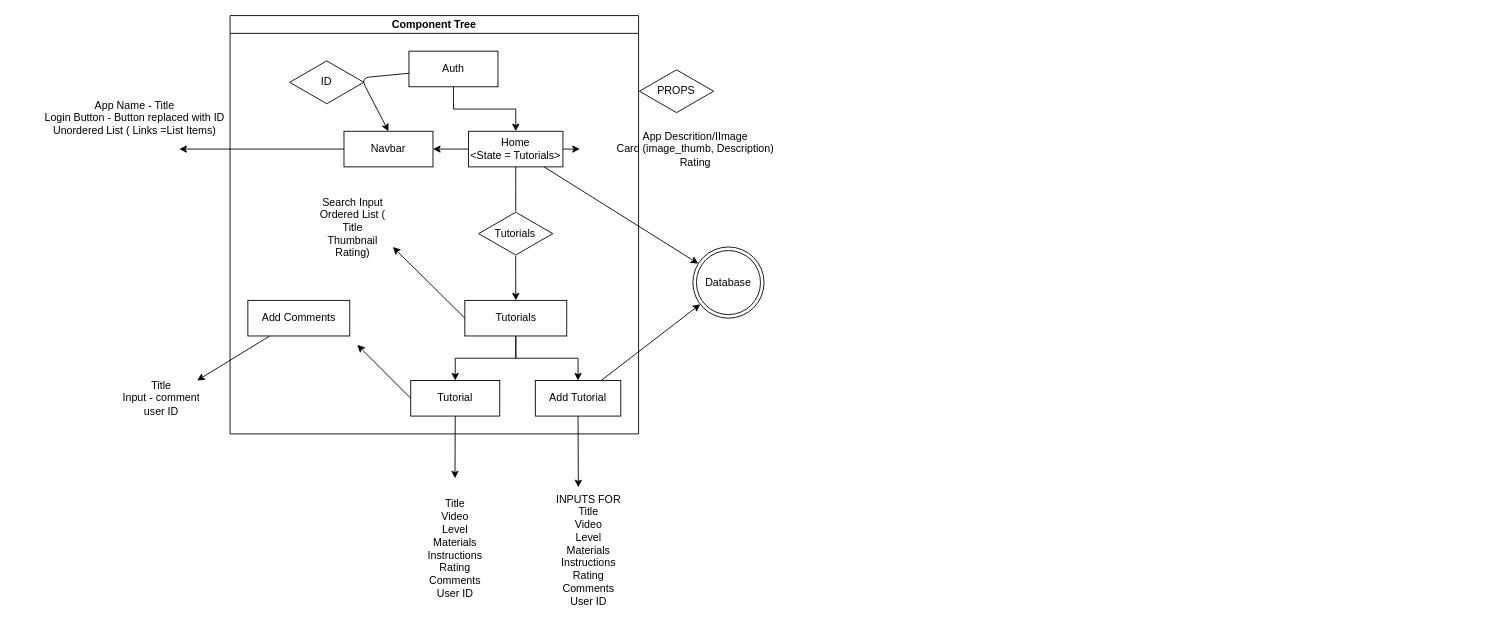
Before: component_tree.drawio in afam-io/final-project-front-end-boolean-pirates, a draw.io diagram. Source tidied: cells renumbered, new cells numbered last; positions are measured from the earlier drawing's top-left corner, leaving out a move shared by most shapes. Both pictures are drawn from the tidied source at 89%, with x=0, y=0 at pixel (19, 15).
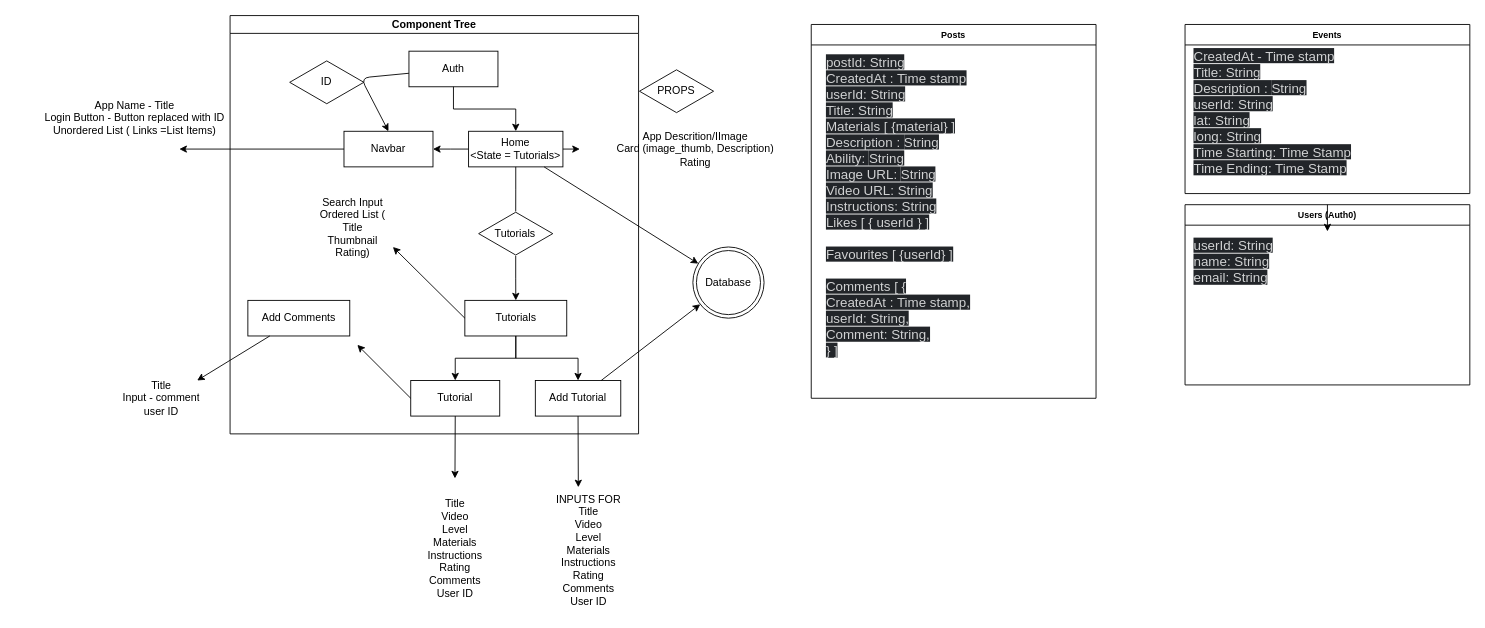
The same diagram, later.

Commit message (it also covers changes not shown here):
feat:added dataflow to componenttree

What changed in the source:
```diff
@@
+    <mxCell id="36" value="Posts" style="swimlane;fontSize=10;" parent="1" vertex="1">
+      <mxGeometry x="890" y="10" width="320" height="420" as="geometry" />
+    </mxCell>
+    <mxCell id="37" value="&lt;br style=&quot;box-sizing: inherit ; color: rgb(209 , 210 , 211) ; font-size: 15px ; font-style: normal ; font-weight: 400 ; letter-spacing: normal ; text-align: left ; text-indent: 0px ; text-transform: none ; word-spacing: 0px ; background-color: rgb(34 , 37 , 41)&quot;&gt;&lt;span style=&quot;color: rgb(209 , 210 , 211) ; font-size: 15px ; font-style: normal ; font-weight: 400 ; letter-spacing: normal ; text-align: left ; text-indent: 0px ; text-transform: none ; word-spacing: 0px ; background-color: rgb(34 , 37 , 41) ; display: inline ; float: none&quot;&gt;postId: String&lt;br&gt;CreatedAt : Time stamp&lt;br style=&quot;box-sizing: inherit&quot;&gt;userId: String&lt;br&gt;Title: String&lt;/span&gt;&lt;br style=&quot;box-sizing: inherit ; color: rgb(209 , 210 , 211) ; font-size: 15px ; font-style: normal ; font-weight: 400 ; letter-spacing: normal ; text-align: left ; text-indent: 0px ; text-transform: none ; word-spacing: 0px ; background-color: rgb(34 , 37 , 41)&quot;&gt;&lt;span style=&quot;color: rgb(209 , 210 , 211) ; font-size: 15px ; font-style: normal ; font-weight: 400 ; letter-spacing: normal ; text-align: left ; text-indent: 0px ; text-transform: none ; word-spacing: 0px ; background-color: rgb(34 , 37 , 41) ; display: inline ; float: none&quot;&gt;Materials [ {material} ]&lt;/span&gt;&lt;br style=&quot;box-sizing: inherit ; color: rgb(209 , 210 , 211) ; font-size: 15px ; font-style: normal ; font-weight: 400 ; letter-spacing: normal ; text-align: left ; text-indent: 0px ; text-transform: none ; word-spacing: 0px ; background-color: rgb(34 , 37 , 41)&quot;&gt;&lt;span style=&quot;color: rgb(209 , 210 , 211) ; font-size: 15px ; font-style: normal ; font-weight: 400 ; letter-spacing: normal ; text-align: left ; text-indent: 0px ; text-transform: none ; word-spacing: 0px ; background-color: rgb(34 , 37 , 41) ; display: inline ; float: none&quot;&gt;Description :&amp;nbsp;&lt;/span&gt;&lt;span style=&quot;color: rgb(209 , 210 , 211) ; font-size: 15px ; background-color: rgb(34 , 37 , 41)&quot;&gt;String&lt;/span&gt;&lt;br style=&quot;box-sizing: inherit ; color: rgb(209 , 210 , 211) ; font-size: 15px ; font-style: normal ; font-weight: 400 ; letter-spacing: normal ; text-align: left ; text-indent: 0px ; text-transform: none ; word-spacing: 0px ; background-color: rgb(34 , 37 , 41)&quot;&gt;&lt;span style=&quot;color: rgb(209 , 210 , 211) ; font-size: 15px ; font-style: normal ; font-weight: 400 ; letter-spacing: normal ; text-align: left ; text-indent: 0px ; text-transform: none ; word-spacing: 0px ; background-color: rgb(34 , 37 , 41) ; display: inline ; float: none&quot;&gt;Ability:&amp;nbsp;&lt;/span&gt;&lt;span style=&quot;color: rgb(209 , 210 , 211) ; font-size: 15px ; background-color: rgb(34 , 37 , 41)&quot;&gt;String&lt;/span&gt;&lt;br style=&quot;box-sizing: inherit ; color: rgb(209 , 210 , 211) ; font-size: 15px ; font-style: normal ; font-weight: 400 ; letter-spacing: normal ; text-align: left ; text-indent: 0px ; text-transform: none ; word-spacing: 0px ; background-color: rgb(34 , 37 , 41)&quot;&gt;&lt;span style=&quot;color: rgb(209 , 210 , 211) ; font-size: 15px ; font-style: normal ; font-weight: 400 ; letter-spacing: normal ; text-align: left ; text-indent: 0px ; text-transform: none ; word-spacing: 0px ; background-color: rgb(34 , 37 , 41) ; display: inline ; float: none&quot;&gt;Image URL:&amp;nbsp;&lt;/span&gt;&lt;span style=&quot;color: rgb(209 , 210 , 211) ; font-size: 15px ; background-color: rgb(34 , 37 , 41)&quot;&gt;String&lt;/span&gt;&lt;br style=&quot;box-sizing: inherit ; color: rgb(209 , 210 , 211) ; font-size: 15px ; font-style: normal ; font-weight: 400 ; letter-spacing: normal ; text-align: left ; text-indent: 0px ; text-transform: none ; word-spacing: 0px ; background-color: rgb(34 , 37 , 41)&quot;&gt;&lt;span style=&quot;color: rgb(209 , 210 , 211) ; font-size: 15px ; font-style: normal ; font-weight: 400 ; letter-spacing: normal ; text-align: left ; text-indent: 0px ; text-transform: none ; word-spacing: 0px ; background-color: rgb(34 , 37 , 41) ; display: inline ; float: none&quot;&gt;Video URL:&amp;nbsp;&lt;/span&gt;&lt;span style=&quot;color: rgb(209 , 210 , 211) ; font-size: 15px ; background-color: rgb(34 , 37 , 41)&quot;&gt;String&lt;/span&gt;&lt;br style=&quot;box-sizing: inherit ; color: rgb(209 , 210 , 211) ; font-size: 15px ; font-style: normal ; font-weight: 400 ; letter-spacing: normal ; text-align: left ; text-indent: 0px ; text-transform: none ; word-spacing: 0px ; background-color: rgb(34 , 37 , 41)&quot;&gt;&lt;span style=&quot;color: rgb(209 , 210 , 211) ; font-size: 15px ; font-style: normal ; font-weight: 400 ; letter-spacing: normal ; text-align: left ; text-indent: 0px ; text-transform: none ; word-spacing: 0px ; background-color: rgb(34 , 37 , 41) ; display: inline ; float: none&quot;&gt;Instructions: String&lt;br&gt;&lt;/span&gt;&lt;span style=&quot;color: rgb(209 , 210 , 211) ; font-size: 15px ; font-style: normal ; font-weight: 400 ; letter-spacing: normal ; text-align: left ; text-indent: 0px ; text-transform: none ; word-spacing: 0px ; background-color: rgb(34 , 37 , 41) ; display: inline ; float: none&quot;&gt;Likes [ { userId } ]&lt;br&gt;&lt;br&gt;Favourites [ {userId} ]&lt;br&gt;&lt;br&gt;Comments [ {&lt;br&gt;&lt;/span&gt;&lt;span style=&quot;color: rgb(209 , 210 , 211) ; font-size: 15px ; font-style: normal ; font-weight: 400 ; letter-spacing: normal ; text-align: left ; text-indent: 0px ; text-transform: none ; word-spacing: 0px ; background-color: rgb(34 , 37 , 41) ; display: inline ; float: none&quot;&gt;CreatedAt : Time stamp,&lt;br style=&quot;box-sizing: inherit&quot;&gt;userId: String,&lt;br&gt;&lt;/span&gt;&lt;span style=&quot;color: rgb(209 , 210 , 211) ; font-size: 15px ; font-style: normal ; font-weight: 400 ; letter-spacing: normal ; text-align: left ; text-indent: 0px ; text-transform: none ; word-spacing: 0px ; background-color: rgb(34 , 37 , 41) ; display: inline ; float: none&quot;&gt;Comment: String,&lt;br&gt;&lt;/span&gt;&lt;span style=&quot;color: rgb(209 , 210 , 211) ; font-size: 15px ; font-style: normal ; font-weight: 400 ; letter-spacing: normal ; text-align: left ; text-indent: 0px ; text-transform: none ; word-spacing: 0px ; background-color: rgb(34 , 37 , 41) ; display: inline ; float: none&quot;&gt;} ]&lt;br&gt;&lt;br&gt;&lt;br&gt;&lt;/span&gt;" style="text;whiteSpace=wrap;html=1;fontSize=10;" parent="36" vertex="1">
+      <mxGeometry x="15" y="15" width="305" height="405" as="geometry" />
+    </mxCell>
+    <mxCell id="38" value="Events" style="swimlane;fontSize=10;" parent="1" vertex="1">
+      <mxGeometry x="1310" y="10" width="320" height="190" as="geometry" />
+    </mxCell>
+    <mxCell id="39" value="&lt;br style=&quot;box-sizing: inherit ; color: rgb(209 , 210 , 211) ; font-size: 15px ; font-style: normal ; font-weight: 400 ; letter-spacing: normal ; text-align: left ; text-indent: 0px ; text-transform: none ; word-spacing: 0px ; background-color: rgb(34 , 37 , 41)&quot;&gt;&lt;span style=&quot;color: rgb(209 , 210 , 211) ; font-size: 15px ; font-style: normal ; font-weight: 400 ; letter-spacing: normal ; text-align: left ; text-indent: 0px ; text-transform: none ; word-spacing: 0px ; background-color: rgb(34 , 37 , 41) ; display: inline ; float: none&quot;&gt;CreatedAt - Time stamp&lt;br style=&quot;box-sizing: inherit&quot;&gt;Title: String&lt;/span&gt;&lt;br style=&quot;box-sizing: inherit ; color: rgb(209 , 210 , 211) ; font-size: 15px ; font-style: normal ; font-weight: 400 ; letter-spacing: normal ; text-align: left ; text-indent: 0px ; text-transform: none ; word-spacing: 0px ; background-color: rgb(34 , 37 , 41)&quot;&gt;&lt;span style=&quot;color: rgb(209 , 210 , 211) ; font-size: 15px ; font-style: normal ; font-weight: 400 ; letter-spacing: normal ; text-align: left ; text-indent: 0px ; text-transform: none ; word-spacing: 0px ; background-color: rgb(34 , 37 , 41) ; display: inline ; float: none&quot;&gt;Description :&amp;nbsp;&lt;/span&gt;&lt;span style=&quot;color: rgb(209 , 210 , 211) ; font-size: 15px ; background-color: rgb(34 , 37 , 41)&quot;&gt;String&lt;/span&gt;&lt;span style=&quot;color: rgb(209 , 210 , 211) ; font-size: 15px ; font-style: normal ; font-weight: 400 ; letter-spacing: normal ; text-align: left ; text-indent: 0px ; text-transform: none ; word-spacing: 0px ; background-color: rgb(34 , 37 , 41) ; display: inline ; float: none&quot;&gt;&lt;br&gt;userId: String&lt;br&gt;lat: String&lt;br&gt;long: String&lt;br&gt;Time Starting: Time Stamp&lt;br&gt;Time Ending: Time Stamp&lt;br&gt;&lt;br&gt;&lt;br&gt;&lt;/span&gt;" style="text;whiteSpace=wrap;html=1;fontSize=10;" parent="38" vertex="1">
+      <mxGeometry x="7.5" y="7.5" width="305" height="195" as="geometry" />
+    </mxCell>
+    <mxCell id="40" value="Users (Auth0)" style="swimlane;fontSize=10;" parent="1" vertex="1">
+      <mxGeometry x="1310" y="212.5" width="320" height="202.5" as="geometry" />
+    </mxCell>
+    <mxCell id="41" value="&lt;span style=&quot;color: rgb(209 , 210 , 211) ; font-size: 15px ; font-style: normal ; font-weight: 400 ; letter-spacing: normal ; text-align: left ; text-indent: 0px ; text-transform: none ; word-spacing: 0px ; background-color: rgb(34 , 37 , 41) ; display: inline ; float: none&quot;&gt;userId: String&lt;br&gt;name: String&lt;br&gt;email: String&lt;br&gt;&lt;br&gt;&lt;br&gt;&lt;br&gt;&lt;/span&gt;" style="text;whiteSpace=wrap;html=1;fontSize=10;" parent="40" vertex="1">
+      <mxGeometry x="7.5" y="30" width="305" height="172.5" as="geometry" />
+    </mxCell>
+    <mxCell id="42" style="edgeStyle=none;html=1;fontSize=10;" parent="1" edge="1" source="39" target="41">
+      <mxGeometry relative="1" as="geometry" />
+    </mxCell>
```
